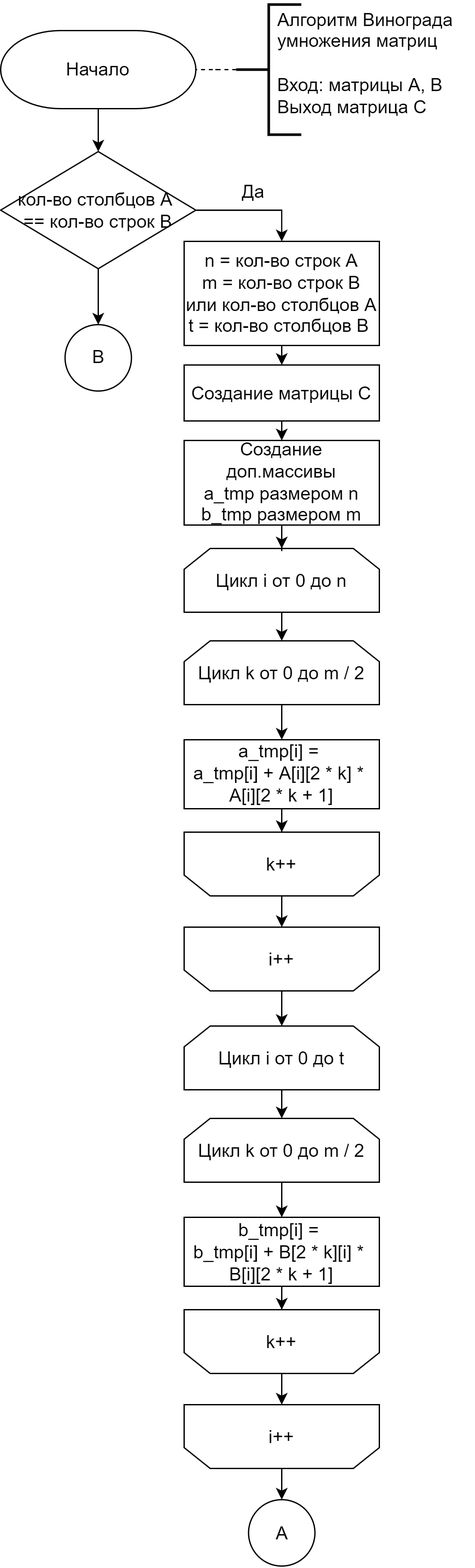
Before: lab_02/docs/img/vinograd_alg_1.png, a diagram exported from draw.io (Mansurow/bmstu-iu7-5sem-AA). Source tidied: cells renumbered, new cells last; positions are measured from the earlier drawing's top-left corner, leaving out a move shared by most shapes.
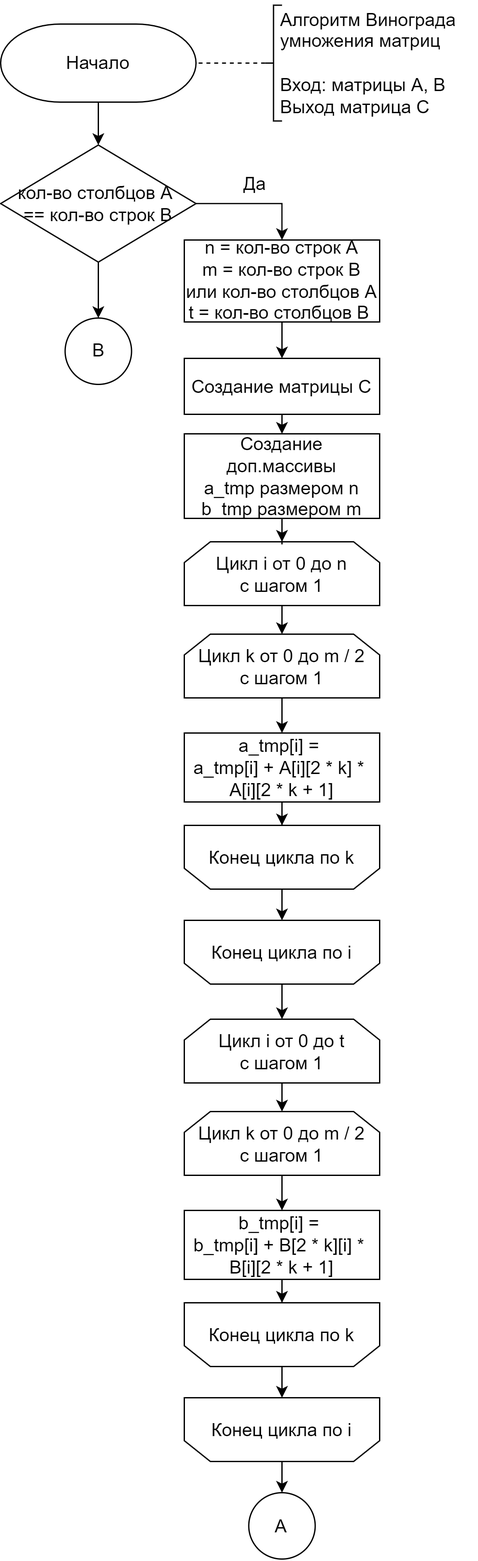
Above is the later version.

Change to the diagram source:
```diff
@@ -26,22 +26,22 @@
       <mxGeometry relative="1" as="geometry" />
     </mxCell>
     <mxCell id="9" value="n = кол-во строк A&lt;br style=&quot;font-size: 14px;&quot;&gt;m = кол-во строк B или кол-во столбцов A&lt;br style=&quot;font-size: 14px;&quot;&gt;t = кол-во столбцов B&amp;nbsp;" style="rounded=0;whiteSpace=wrap;html=1;absoluteArcSize=1;arcSize=14;strokeWidth=1;fontSize=14;" parent="1" vertex="1">
-      <mxGeometry x="141" y="185" width="150" height="80" as="geometry" />
+      <mxGeometry x="141" y="189" width="150" height="63" as="geometry" />
     </mxCell>
     <mxCell id="10" style="edgeStyle=orthogonalEdgeStyle;rounded=0;jettySize=auto;html=1;endArrow=classic;endFill=1;fontSize=14;" parent="1" edge="1" source="11" target="20">
       <mxGeometry relative="1" as="geometry" />
     </mxCell>
-    <mxCell id="11" value="&lt;span style=&quot;font-size: 14px;&quot;&gt;Цикл i от 0 до n&lt;/span&gt;" style="shape=loopLimit;whiteSpace=wrap;html=1;fontSize=14;" parent="1" vertex="1">
+    <mxCell id="11" value="&lt;span style=&quot;font-size: 14px;&quot;&gt;Цикл i от 0 до n&lt;br&gt;с шагом 1&lt;br&gt;&lt;/span&gt;" style="shape=loopLimit;whiteSpace=wrap;html=1;fontSize=14;" parent="1" vertex="1">
       <mxGeometry x="141" y="421" width="150" height="49" as="geometry" />
     </mxCell>
     <mxCell id="12" style="edgeStyle=orthogonalEdgeStyle;rounded=0;jettySize=auto;html=1;endArrow=none;endFill=0;dashed=1;fontSize=14;" parent="1" edge="1" source="13" target="3">
       <mxGeometry relative="1" as="geometry" />
     </mxCell>
-    <mxCell id="13" style="strokeWidth=2;html=1;shape=mxgraph.flowchart.annotation_2;align=left;labelPosition=right;fontSize=14;" parent="1" vertex="1">
-      <mxGeometry x="181" y="3" width="50" height="100" as="geometry" />
+    <mxCell id="13" style="strokeWidth=1;html=1;shape=mxgraph.flowchart.annotation_2;align=left;labelPosition=right;fontSize=14;" parent="1" vertex="1">
+      <mxGeometry x="203" y="8.5" width="13" height="89" as="geometry" />
     </mxCell>
     <mxCell id="14" value="Алгоритм Винограда&lt;br style=&quot;font-size: 14px;&quot;&gt;умножения матриц&lt;br style=&quot;font-size: 14px;&quot;&gt;&lt;br style=&quot;font-size: 14px;&quot;&gt;Вход: матрицы A, B&lt;br style=&quot;font-size: 14px;&quot;&gt;Выход матрица С" style="text;html=1;align=left;verticalAlign=middle;strokeColor=none;fillColor=none;fontSize=14;" parent="1" vertex="1">
-      <mxGeometry x="211" width="153" height="96" as="geometry" />
+      <mxGeometry x="213" y="5" width="153" height="96" as="geometry" />
     </mxCell>
     <mxCell id="15" style="edgeStyle=orthogonalEdgeStyle;rounded=0;jettySize=auto;html=1;exitX=0.5;exitY=1;exitDx=0;exitDy=0;entryX=0.5;entryY=0;entryDx=0;entryDy=0;endArrow=classic;endFill=1;fontSize=14;" parent="1" edge="1" source="16" target="18">
       <mxGeometry relative="1" as="geometry" />
@@ -58,7 +58,7 @@
     <mxCell id="19" style="edgeStyle=orthogonalEdgeStyle;rounded=0;jettySize=auto;html=1;endArrow=classic;endFill=1;fontSize=14;" parent="1" edge="1" source="20" target="22">
       <mxGeometry relative="1" as="geometry" />
     </mxCell>
-    <mxCell id="20" value="&lt;span style=&quot;font-size: 14px;&quot;&gt;Цикл k от 0 до m / 2&lt;br style=&quot;font-size: 14px;&quot;&gt;&lt;/span&gt;" style="shape=loopLimit;whiteSpace=wrap;html=1;fontSize=14;" parent="1" vertex="1">
+    <mxCell id="20" value="&lt;span style=&quot;font-size: 14px;&quot;&gt;Цикл k от 0 до m / 2&lt;br&gt;c шагом 1&lt;br style=&quot;font-size: 14px;&quot;&gt;&lt;/span&gt;" style="shape=loopLimit;whiteSpace=wrap;html=1;fontSize=14;" parent="1" vertex="1">
       <mxGeometry x="141" y="492" width="150" height="49" as="geometry" />
     </mxCell>
     <mxCell id="21" style="edgeStyle=orthogonalEdgeStyle;rounded=0;jettySize=auto;html=1;endArrow=classic;endFill=1;fontSize=14;" parent="1" edge="1" source="22" target="26">
@@ -70,25 +70,25 @@
     <mxCell id="23" style="edgeStyle=orthogonalEdgeStyle;rounded=0;jettySize=auto;html=1;endArrow=classic;endFill=1;fontSize=14;" parent="1" edge="1" source="24" target="28">
       <mxGeometry relative="1" as="geometry" />
     </mxCell>
-    <mxCell id="24" value="&lt;span style=&quot;font-size: 14px;&quot;&gt;i++&lt;br style=&quot;font-size: 14px;&quot;&gt;&lt;/span&gt;" style="shape=loopLimit;whiteSpace=wrap;html=1;direction=west;fontSize=14;" parent="1" vertex="1">
+    <mxCell id="24" value="Конец цикла по i&lt;span style=&quot;font-size: 14px;&quot;&gt;&lt;br style=&quot;font-size: 14px;&quot;&gt;&lt;/span&gt;" style="shape=loopLimit;whiteSpace=wrap;html=1;direction=west;fontSize=14;" parent="1" vertex="1">
       <mxGeometry x="141" y="712" width="150" height="49" as="geometry" />
     </mxCell>
     <mxCell id="25" style="edgeStyle=orthogonalEdgeStyle;rounded=0;jettySize=auto;html=1;entryX=0.5;entryY=1;entryDx=0;entryDy=0;endArrow=classic;endFill=1;fontSize=14;" parent="1" edge="1" source="26" target="24">
       <mxGeometry relative="1" as="geometry" />
     </mxCell>
-    <mxCell id="26" value="&lt;span style=&quot;font-size: 14px;&quot;&gt;k++&lt;br style=&quot;font-size: 14px;&quot;&gt;&lt;/span&gt;" style="shape=loopLimit;whiteSpace=wrap;html=1;direction=west;fontSize=14;" parent="1" vertex="1">
+    <mxCell id="26" value="Конец цикла по k&lt;span style=&quot;font-size: 14px;&quot;&gt;&lt;br style=&quot;font-size: 14px;&quot;&gt;&lt;/span&gt;" style="shape=loopLimit;whiteSpace=wrap;html=1;direction=west;fontSize=14;" parent="1" vertex="1">
       <mxGeometry x="141" y="639" width="150" height="49" as="geometry" />
     </mxCell>
     <mxCell id="27" style="edgeStyle=orthogonalEdgeStyle;rounded=0;jettySize=auto;html=1;endArrow=classic;endFill=1;fontSize=14;" parent="1" edge="1" source="28" target="30">
       <mxGeometry relative="1" as="geometry" />
     </mxCell>
-    <mxCell id="28" value="&lt;span style=&quot;font-size: 14px;&quot;&gt;Цикл i от 0 до t&lt;/span&gt;" style="shape=loopLimit;whiteSpace=wrap;html=1;fontSize=14;" parent="1" vertex="1">
+    <mxCell id="28" value="&lt;span style=&quot;font-size: 14px;&quot;&gt;Цикл i от 0 до t&lt;br&gt;с шагом 1&lt;br&gt;&lt;/span&gt;" style="shape=loopLimit;whiteSpace=wrap;html=1;fontSize=14;" parent="1" vertex="1">
       <mxGeometry x="141" y="788" width="150" height="49" as="geometry" />
     </mxCell>
     <mxCell id="29" style="edgeStyle=orthogonalEdgeStyle;rounded=0;jettySize=auto;html=1;endArrow=classic;endFill=1;fontSize=14;" parent="1" edge="1" source="30" target="32">
       <mxGeometry relative="1" as="geometry" />
     </mxCell>
-    <mxCell id="30" value="&lt;span style=&quot;font-size: 14px;&quot;&gt;Цикл k от 0 до m / 2&lt;br style=&quot;font-size: 14px;&quot;&gt;&lt;/span&gt;" style="shape=loopLimit;whiteSpace=wrap;html=1;fontSize=14;" parent="1" vertex="1">
+    <mxCell id="30" value="&lt;span style=&quot;font-size: 14px;&quot;&gt;Цикл k от 0 до m / 2&lt;br&gt;с шагом 1&lt;br style=&quot;font-size: 14px;&quot;&gt;&lt;/span&gt;" style="shape=loopLimit;whiteSpace=wrap;html=1;fontSize=14;" parent="1" vertex="1">
       <mxGeometry x="141" y="859" width="150" height="49" as="geometry" />
     </mxCell>
     <mxCell id="31" style="edgeStyle=orthogonalEdgeStyle;rounded=0;jettySize=auto;html=1;endArrow=classic;endFill=1;fontSize=14;" parent="1" edge="1" source="32" target="36">
@@ -100,13 +100,13 @@
     <mxCell id="33" style="edgeStyle=orthogonalEdgeStyle;rounded=0;jettySize=auto;html=1;endArrow=classic;endFill=1;fontSize=14;" parent="1" edge="1" source="34" target="37">
       <mxGeometry relative="1" as="geometry" />
     </mxCell>
-    <mxCell id="34" value="&lt;span style=&quot;font-size: 14px;&quot;&gt;i++&lt;br style=&quot;font-size: 14px;&quot;&gt;&lt;/span&gt;" style="shape=loopLimit;whiteSpace=wrap;html=1;direction=west;fontSize=14;" parent="1" vertex="1">
+    <mxCell id="34" value="Конец цикла по i&lt;span style=&quot;font-size: 14px;&quot;&gt;&lt;br style=&quot;font-size: 14px;&quot;&gt;&lt;/span&gt;" style="shape=loopLimit;whiteSpace=wrap;html=1;direction=west;fontSize=14;" parent="1" vertex="1">
       <mxGeometry x="141" y="1079" width="150" height="49" as="geometry" />
     </mxCell>
     <mxCell id="35" style="edgeStyle=orthogonalEdgeStyle;rounded=0;jettySize=auto;html=1;entryX=0.5;entryY=1;entryDx=0;entryDy=0;endArrow=classic;endFill=1;fontSize=14;" parent="1" edge="1" source="36" target="34">
       <mxGeometry relative="1" as="geometry" />
     </mxCell>
-    <mxCell id="36" value="&lt;span style=&quot;font-size: 14px;&quot;&gt;k++&lt;br style=&quot;font-size: 14px;&quot;&gt;&lt;/span&gt;" style="shape=loopLimit;whiteSpace=wrap;html=1;direction=west;fontSize=14;" parent="1" vertex="1">
+    <mxCell id="36" value="Конец цикла по k&lt;span style=&quot;font-size: 14px;&quot;&gt;&lt;br style=&quot;font-size: 14px;&quot;&gt;&lt;/span&gt;" style="shape=loopLimit;whiteSpace=wrap;html=1;direction=west;fontSize=14;" parent="1" vertex="1">
       <mxGeometry x="141" y="1006" width="150" height="49" as="geometry" />
     </mxCell>
     <mxCell id="37" value="A" style="ellipse;whiteSpace=wrap;html=1;fontSize=14;" parent="1" vertex="1">
```
